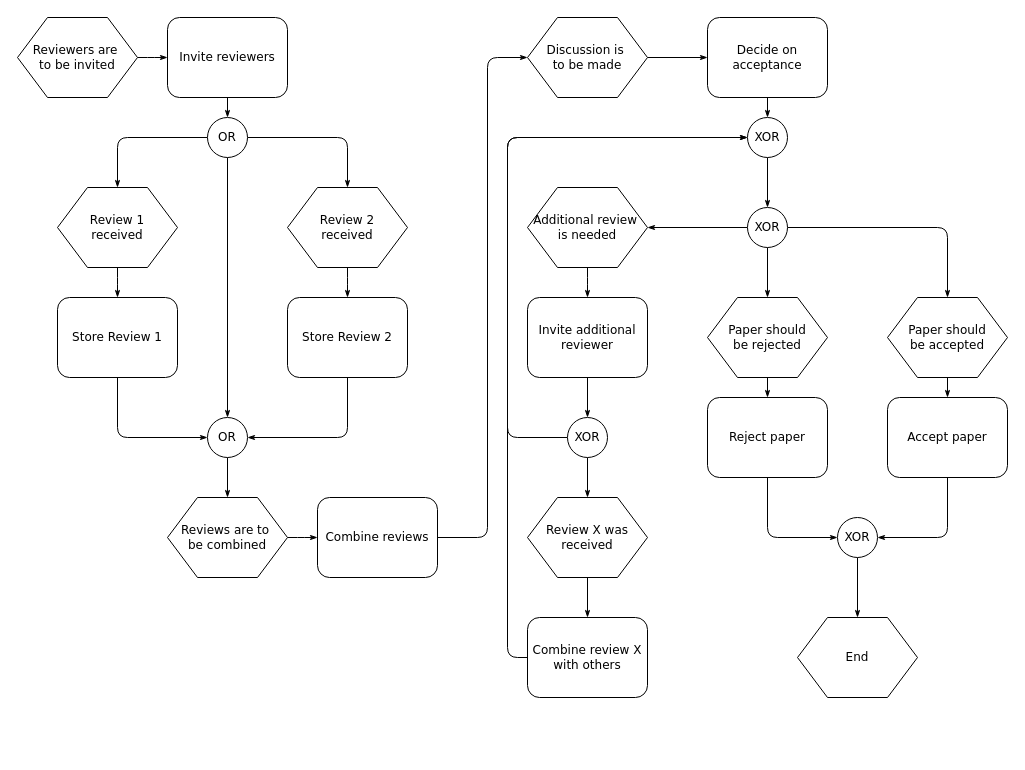
This is 放箱.drawio from gongyao1992/draw, a draw.io file, before an edit. Source tidied: cells renumbered, new cells numbered last; positions are measured from the earlier drawing's top-left corner, leaving out a move shared by most shapes. Both pictures are drawn from the tidied source at 100%, with x=0, y=0 at pixel (17, 17).
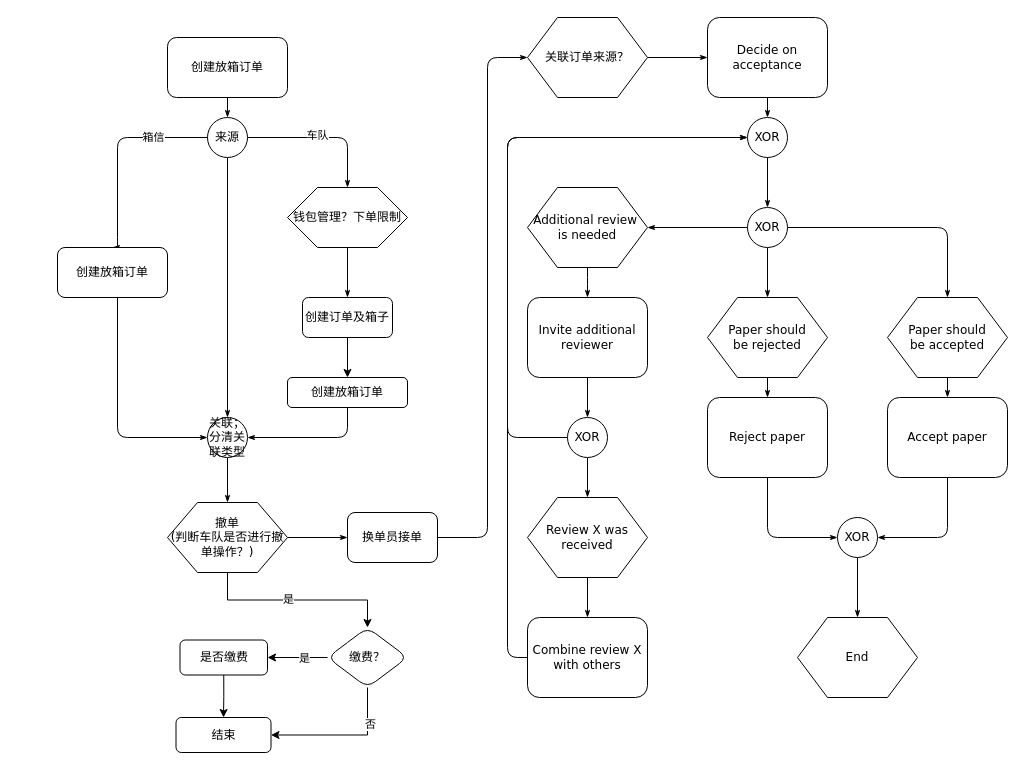
The same page after the edit.

Unchanged cells that the change refers to:
```xml
<mxCell id="6" style="edgeStyle=orthogonalEdgeStyle;rounded=1;html=1;labelBackgroundColor=none;startArrow=none;startFill=0;startSize=5;endArrow=classicThin;endFill=1;endSize=5;jettySize=auto;strokeWidth=1;fontFamily=Verdana;fontSize=8;" parent="1" edge="1" source="9" target="13">
  <mxGeometry relative="1" as="geometry" />
</mxCell>
```

Change to the diagram source:
```diff
@@
-    <mxCell id="2" style="edgeStyle=orthogonalEdgeStyle;rounded=1;html=1;labelBackgroundColor=none;startArrow=none;startFill=0;startSize=5;endArrow=classicThin;endFill=1;endSize=5;jettySize=auto;strokeWidth=1;fontFamily=Verdana;fontSize=8;" parent="1" edge="1" source="3" target="5">
-      <mxGeometry relative="1" as="geometry" />
-    </mxCell>
-    <mxCell id="3" value="Reviewers are&amp;nbsp;&lt;div&gt;to&amp;nbsp;&lt;span&gt;be invited&lt;/span&gt;&lt;/div&gt;" style="shape=hexagon;perimeter=hexagonPerimeter;whiteSpace=wrap;html=1;rounded=0;shadow=0;labelBackgroundColor=none;strokeWidth=1;fontFamily=Verdana;fontSize=12;align=center;" parent="1" vertex="1">
-      <mxGeometry width="120" height="80" as="geometry" />
-    </mxCell>
@@
-    <mxCell id="5" value="Invite reviewers" style="rounded=1;whiteSpace=wrap;html=1;shadow=0;labelBackgroundColor=none;strokeWidth=1;fontFamily=Verdana;fontSize=12;align=center;" parent="1" vertex="1">
-      <mxGeometry x="150" width="120" height="80" as="geometry" />
+    <mxCell id="5" value="创建放箱订单" style="rounded=1;whiteSpace=wrap;html=1;shadow=0;labelBackgroundColor=none;strokeWidth=1;fontFamily=Verdana;fontSize=12;align=center;" parent="1" vertex="1">
+      <mxGeometry x="150" y="20" width="120" height="60" as="geometry" />
     </mxCell>
@@
+    <mxCell id="56" value="车队" style="edgeLabel;html=1;align=center;verticalAlign=middle;" parent="6" vertex="1">
+      <mxGeometry x="-0.08" y="3" relative="1" as="geometry" />
+    </mxCell>
-    <mxCell id="7" style="edgeStyle=orthogonalEdgeStyle;rounded=1;html=1;labelBackgroundColor=none;startArrow=none;startFill=0;startSize=5;endArrow=classicThin;endFill=1;endSize=5;jettySize=auto;strokeWidth=1;fontFamily=Verdana;fontSize=8;" parent="1" edge="1" source="9" target="11">
-      <mxGeometry relative="1" as="geometry" />
+    <mxCell id="7" style="edgeStyle=orthogonalEdgeStyle;rounded=1;html=1;labelBackgroundColor=none;startArrow=none;startFill=0;startSize=5;endArrow=classicThin;endFill=1;endSize=5;jettySize=auto;strokeWidth=1;fontFamily=Verdana;fontSize=8;entryX=0.5;entryY=0;entryDx=0;entryDy=0;" parent="1" edge="1" source="9" target="15">
+      <mxGeometry relative="1" as="geometry">
+        <Array as="points">
+          <mxPoint x="100" y="120" />
+          <mxPoint x="100" y="230" />
+        </Array>
+      </mxGeometry>
     </mxCell>
+    <mxCell id="57" value="箱信" style="edgeLabel;html=1;align=center;verticalAlign=middle;" parent="7" vertex="1">
+      <mxGeometry x="-0.46" y="-1" relative="1" as="geometry" />
+    </mxCell>
@@
-    <mxCell id="9" value="OR" style="ellipse;whiteSpace=wrap;html=1;rounded=1;shadow=0;labelBackgroundColor=none;strokeWidth=1;fontFamily=Verdana;fontSize=12;align=center;" parent="1" vertex="1">
+    <mxCell id="9" value="来源" style="ellipse;whiteSpace=wrap;html=1;rounded=1;shadow=0;labelBackgroundColor=none;strokeWidth=1;fontFamily=Verdana;fontSize=12;align=center;" parent="1" vertex="1">
       <mxGeometry x="190" y="100" width="40" height="40" as="geometry" />
     </mxCell>
-    <mxCell id="10" style="edgeStyle=orthogonalEdgeStyle;rounded=1;html=1;labelBackgroundColor=none;startArrow=none;startFill=0;startSize=5;endArrow=classicThin;endFill=1;endSize=5;jettySize=auto;strokeWidth=1;fontFamily=Verdana;fontSize=8;" parent="1" edge="1" source="11" target="15">
-      <mxGeometry relative="1" as="geometry" />
-    </mxCell>
-    <mxCell id="11" value="Review 1&lt;div&gt;received&lt;/div&gt;" style="shape=hexagon;perimeter=hexagonPerimeter;whiteSpace=wrap;html=1;rounded=0;shadow=0;labelBackgroundColor=none;strokeWidth=1;fontFamily=Verdana;fontSize=12;align=center;" parent="1" vertex="1">
-      <mxGeometry x="40" y="170" width="120" height="80" as="geometry" />
-    </mxCell>
-    <mxCell id="12" style="edgeStyle=orthogonalEdgeStyle;rounded=1;html=1;labelBackgroundColor=none;startArrow=none;startFill=0;startSize=5;endArrow=classicThin;endFill=1;endSize=5;jettySize=auto;strokeWidth=1;fontFamily=Verdana;fontSize=8;" parent="1" edge="1" source="13" target="17">
+    <mxCell id="12" style="edgeStyle=orthogonalEdgeStyle;rounded=1;html=1;labelBackgroundColor=none;startArrow=none;startFill=0;startSize=5;endArrow=classicThin;endFill=1;endSize=5;jettySize=auto;strokeWidth=1;fontFamily=Verdana;fontSize=8;entryX=0.5;entryY=0;entryDx=0;entryDy=0;" parent="1" edge="1" source="13" target="61">
       <mxGeometry relative="1" as="geometry" />
     </mxCell>
-    <mxCell id="13" value="Review 2&lt;div&gt;received&lt;/div&gt;" style="shape=hexagon;perimeter=hexagonPerimeter;whiteSpace=wrap;html=1;rounded=0;shadow=0;labelBackgroundColor=none;strokeWidth=1;fontFamily=Verdana;fontSize=12;align=center;" parent="1" vertex="1">
-      <mxGeometry x="270" y="170" width="120" height="80" as="geometry" />
+    <mxCell id="13" value="钱包管理？下单限制" style="shape=hexagon;perimeter=hexagonPerimeter;whiteSpace=wrap;html=1;rounded=0;shadow=0;labelBackgroundColor=none;strokeWidth=1;fontFamily=Verdana;fontSize=12;align=center;" parent="1" vertex="1">
+      <mxGeometry x="270" y="170" width="120" height="60" as="geometry" />
     </mxCell>
@@
-    <mxCell id="15" value="Store Review 1" style="rounded=1;whiteSpace=wrap;html=1;shadow=0;labelBackgroundColor=none;strokeWidth=1;fontFamily=Verdana;fontSize=12;align=center;" parent="1" vertex="1">
-      <mxGeometry x="40" y="280" width="120" height="80" as="geometry" />
+    <mxCell id="15" value="创建放箱订单" style="rounded=1;whiteSpace=wrap;html=1;shadow=0;labelBackgroundColor=none;strokeWidth=1;fontFamily=Verdana;fontSize=12;align=center;" parent="1" vertex="1">
+      <mxGeometry x="40" y="230" width="110" height="50" as="geometry" />
     </mxCell>
@@
-    <mxCell id="17" value="Store Review 2" style="rounded=1;whiteSpace=wrap;html=1;shadow=0;labelBackgroundColor=none;strokeWidth=1;fontFamily=Verdana;fontSize=12;align=center;" parent="1" vertex="1">
-      <mxGeometry x="270" y="280" width="120" height="80" as="geometry" />
+    <mxCell id="17" value="创建放箱订单" style="rounded=1;whiteSpace=wrap;html=1;shadow=0;labelBackgroundColor=none;strokeWidth=1;fontFamily=Verdana;fontSize=12;align=center;" parent="1" vertex="1">
+      <mxGeometry x="270" y="360" width="120" height="30" as="geometry" />
     </mxCell>
@@
-    <mxCell id="19" value="OR" style="ellipse;whiteSpace=wrap;html=1;rounded=1;shadow=0;labelBackgroundColor=none;strokeWidth=1;fontFamily=Verdana;fontSize=12;align=center;" parent="1" vertex="1">
+    <mxCell id="19" value="关联；分清关联类型" style="ellipse;whiteSpace=wrap;html=1;rounded=1;shadow=0;labelBackgroundColor=none;strokeWidth=1;fontFamily=Verdana;fontSize=12;align=center;" parent="1" vertex="1">
       <mxGeometry x="190" y="400" width="40" height="40" as="geometry" />
     </mxCell>
@@
+    <mxCell id="58" style="edgeStyle=orthogonalEdgeStyle;rounded=0;jettySize=auto;html=1;exitX=0.5;exitY=1;exitDx=0;exitDy=0;" parent="1" edge="1" source="21" target="69">
+      <mxGeometry relative="1" as="geometry" />
+    </mxCell>
+    <mxCell id="59" value="是" style="edgeLabel;html=1;align=center;verticalAlign=middle;" parent="58" vertex="1">
+      <mxGeometry x="-0.1" y="1" relative="1" as="geometry" />
+    </mxCell>
-    <mxCell id="21" value="Reviews are to&amp;nbsp;&lt;div&gt;be combined&lt;/div&gt;" style="shape=hexagon;perimeter=hexagonPerimeter;whiteSpace=wrap;html=1;rounded=0;shadow=0;labelBackgroundColor=none;strokeWidth=1;fontFamily=Verdana;fontSize=12;align=center;" parent="1" vertex="1">
-      <mxGeometry x="150" y="480" width="120" height="80" as="geometry" />
+    <mxCell id="21" value="撤单&lt;br&gt;(判断车队是否进行撤单操作？)" style="shape=hexagon;perimeter=hexagonPerimeter;whiteSpace=wrap;html=1;rounded=0;shadow=0;labelBackgroundColor=none;strokeWidth=1;fontFamily=Verdana;fontSize=12;align=center;" parent="1" vertex="1">
+      <mxGeometry x="150" y="485" width="120" height="70" as="geometry" />
     </mxCell>
@@
-    <mxCell id="23" value="Combine reviews" style="rounded=1;whiteSpace=wrap;html=1;shadow=0;labelBackgroundColor=none;strokeWidth=1;fontFamily=Verdana;fontSize=12;align=center;" parent="1" vertex="1">
-      <mxGeometry x="300" y="480" width="120" height="80" as="geometry" />
+    <mxCell id="23" value="换单员接单" style="rounded=1;whiteSpace=wrap;html=1;shadow=0;labelBackgroundColor=none;strokeWidth=1;fontFamily=Verdana;fontSize=12;align=center;" parent="1" vertex="1">
+      <mxGeometry x="330" y="495" width="90" height="50" as="geometry" />
     </mxCell>
@@
-    <mxCell id="25" value="Discussion is&amp;nbsp;&lt;div&gt;to be made&lt;/div&gt;" style="shape=hexagon;perimeter=hexagonPerimeter;whiteSpace=wrap;html=1;rounded=0;shadow=0;labelBackgroundColor=none;strokeWidth=1;fontFamily=Verdana;fontSize=12;align=center;" parent="1" vertex="1">
+    <mxCell id="25" value="关联订单来源？" style="shape=hexagon;perimeter=hexagonPerimeter;whiteSpace=wrap;html=1;rounded=0;shadow=0;labelBackgroundColor=none;strokeWidth=1;fontFamily=Verdana;fontSize=12;align=center;" parent="1" vertex="1">
       <mxGeometry x="510" width="120" height="80" as="geometry" />
     </mxCell>
@@
+    <mxCell id="60" style="edgeStyle=orthogonalEdgeStyle;rounded=0;jettySize=auto;html=1;" parent="1" edge="1" source="61" target="17">
+      <mxGeometry relative="1" as="geometry" />
+    </mxCell>
+    <mxCell id="61" value="创建订单及箱子" style="rounded=1;whiteSpace=wrap;html=1;shadow=0;labelBackgroundColor=none;strokeWidth=1;fontFamily=Verdana;fontSize=12;align=center;" parent="1" vertex="1">
+      <mxGeometry x="285" y="280" width="90" height="40" as="geometry" />
+    </mxCell>
+    <mxCell id="62" style="edgeStyle=orthogonalEdgeStyle;rounded=0;jettySize=auto;html=1;exitX=0.5;exitY=1;exitDx=0;exitDy=0;entryX=0.5;entryY=0;entryDx=0;entryDy=0;" parent="1" edge="1" source="63" target="64">
+      <mxGeometry relative="1" as="geometry" />
+    </mxCell>
+    <mxCell id="63" value="是否缴费" style="rounded=1;whiteSpace=wrap;html=1;shadow=0;labelBackgroundColor=none;strokeWidth=1;fontFamily=Verdana;fontSize=12;align=center;" parent="1" vertex="1">
+      <mxGeometry x="162.5" y="622.5" width="87.5" height="35" as="geometry" />
+    </mxCell>
+    <mxCell id="64" value="结束" style="rounded=1;whiteSpace=wrap;html=1;shadow=0;labelBackgroundColor=none;strokeWidth=1;fontFamily=Verdana;fontSize=12;align=center;" parent="1" vertex="1">
+      <mxGeometry x="158.5" y="700" width="95" height="35" as="geometry" />
+    </mxCell>
+    <mxCell id="65" style="edgeStyle=orthogonalEdgeStyle;rounded=0;jettySize=auto;html=1;exitX=0.5;exitY=1;exitDx=0;exitDy=0;entryX=1;entryY=0.5;entryDx=0;entryDy=0;" parent="1" edge="1" source="69" target="64">
+      <mxGeometry relative="1" as="geometry" />
+    </mxCell>
+    <mxCell id="66" value="否" style="edgeLabel;html=1;align=center;verticalAlign=middle;" parent="65" vertex="1">
+      <mxGeometry x="-0.5" y="2" relative="1" as="geometry" />
+    </mxCell>
+    <mxCell id="67" style="edgeStyle=orthogonalEdgeStyle;rounded=0;jettySize=auto;html=1;exitX=0;exitY=0.5;exitDx=0;exitDy=0;entryX=1;entryY=0.5;entryDx=0;entryDy=0;" parent="1" edge="1" source="69" target="63">
+      <mxGeometry relative="1" as="geometry" />
+    </mxCell>
+    <mxCell id="68" value="是" style="edgeLabel;html=1;align=center;verticalAlign=middle;" parent="67" vertex="1">
+      <mxGeometry x="-0.2" relative="1" as="geometry" />
+    </mxCell>
+    <mxCell id="69" value="缴费？" style="rhombus;whiteSpace=wrap;html=1;rounded=1;shadow=0;fontFamily=Verdana;strokeWidth=1;" parent="1" vertex="1">
+      <mxGeometry x="310" y="610" width="80" height="60" as="geometry" />
+    </mxCell>
```
